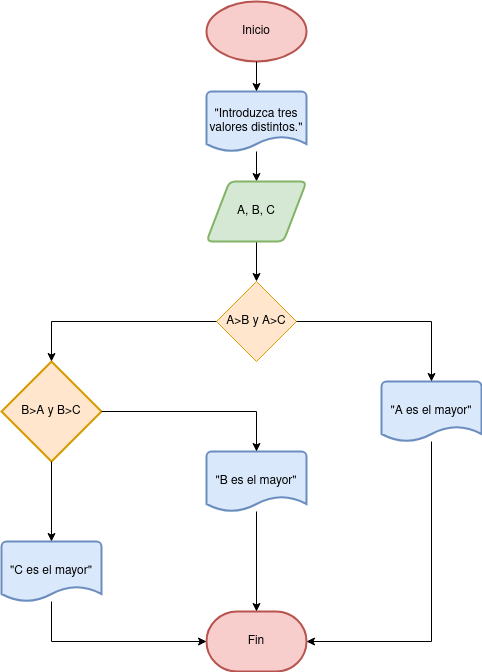
The draw.io diagram Unidad-1/images/diagrama-flujo2.drawio.png in rhcarballo/programacion, before a commit. Source tidied: cells renumbered, new cells last; positions are measured from the earlier drawing's top-left corner, leaving out a move shared by most shapes. The source it was exported from:
```xml
<mxGraphModel>
  <root>
    <mxCell id="0" />
    <mxCell id="1" parent="0" />
    <mxCell id="2" value="Inicio" style="strokeWidth=2;html=1;shape=mxgraph.flowchart.start_1;whiteSpace=wrap;fillColor=#f8cecc;strokeColor=#b85450;" parent="1" vertex="1">
      <mxGeometry x="205" width="100" height="60" as="geometry" />
    </mxCell>
    <mxCell id="3" style="edgeStyle=orthogonalEdgeStyle;rounded=0;jettySize=auto;html=1;entryX=0.5;entryY=0;entryDx=0;entryDy=0;" parent="1" edge="1" source="4" target="6">
      <mxGeometry relative="1" as="geometry" />
    </mxCell>
    <mxCell id="4" value="&quot;Introduzca tres valores distintos.&quot;" style="strokeWidth=2;html=1;shape=mxgraph.flowchart.document2;whiteSpace=wrap;size=0.25;fillColor=#dae8fc;strokeColor=#6c8ebf;" parent="1" vertex="1">
      <mxGeometry x="205" y="90" width="100" height="60" as="geometry" />
    </mxCell>
    <mxCell id="5" style="edgeStyle=orthogonalEdgeStyle;rounded=0;jettySize=auto;html=1;entryX=0.5;entryY=0;entryDx=0;entryDy=0;" parent="1" edge="1" source="6" target="8">
      <mxGeometry relative="1" as="geometry" />
    </mxCell>
    <mxCell id="6" value="A, B, C" style="shape=parallelogram;html=1;strokeWidth=2;perimeter=parallelogramPerimeter;whiteSpace=wrap;rounded=1;arcSize=12;size=0.23;fillColor=#d5e8d4;strokeColor=#82b366;" parent="1" vertex="1">
      <mxGeometry x="205" y="180" width="100" height="60" as="geometry" />
    </mxCell>
    <mxCell id="7" style="edgeStyle=orthogonalEdgeStyle;rounded=0;jettySize=auto;html=1;entryX=0.5;entryY=0;entryDx=0;entryDy=0;entryPerimeter=0;" parent="1" edge="1" source="2" target="4">
      <mxGeometry relative="1" as="geometry" />
    </mxCell>
    <mxCell id="8" value="A&amp;gt;B y A&amp;gt;C" style="rhombus;whiteSpace=wrap;html=1;fillColor=#ffe6cc;strokeColor=#d79b00;" parent="1" vertex="1">
      <mxGeometry x="215" y="280" width="80" height="80" as="geometry" />
    </mxCell>
    <mxCell id="9" value="B&amp;gt;A y B&amp;gt;C" style="strokeWidth=2;html=1;shape=mxgraph.flowchart.decision;whiteSpace=wrap;fillColor=#ffe6cc;strokeColor=#d79b00;" parent="1" vertex="1">
      <mxGeometry y="360" width="100" height="100" as="geometry" />
    </mxCell>
    <mxCell id="10" style="edgeStyle=orthogonalEdgeStyle;rounded=0;jettySize=auto;html=1;entryX=0.5;entryY=0;entryDx=0;entryDy=0;entryPerimeter=0;" parent="1" edge="1" source="8" target="9">
      <mxGeometry relative="1" as="geometry" />
    </mxCell>
    <mxCell id="11" value="&quot;B es el mayor&quot;" style="strokeWidth=2;html=1;shape=mxgraph.flowchart.document2;whiteSpace=wrap;size=0.25;fillColor=#dae8fc;strokeColor=#6c8ebf;" parent="1" vertex="1">
      <mxGeometry x="205" y="450" width="100" height="60" as="geometry" />
    </mxCell>
    <mxCell id="12" style="edgeStyle=orthogonalEdgeStyle;rounded=0;jettySize=auto;html=1;entryX=0.5;entryY=0;entryDx=0;entryDy=0;entryPerimeter=0;" parent="1" edge="1" source="9" target="11">
      <mxGeometry relative="1" as="geometry" />
    </mxCell>
    <mxCell id="13" value="&quot;C es el mayor&quot;" style="strokeWidth=2;html=1;shape=mxgraph.flowchart.document2;whiteSpace=wrap;size=0.25;fillColor=#dae8fc;strokeColor=#6c8ebf;" parent="1" vertex="1">
      <mxGeometry y="540" width="100" height="60" as="geometry" />
    </mxCell>
    <mxCell id="14" style="edgeStyle=orthogonalEdgeStyle;rounded=0;jettySize=auto;html=1;entryX=0.5;entryY=0;entryDx=0;entryDy=0;entryPerimeter=0;" parent="1" edge="1" source="9" target="13">
      <mxGeometry relative="1" as="geometry" />
    </mxCell>
    <mxCell id="15" value="&quot;A es el mayor&quot;" style="strokeWidth=2;html=1;shape=mxgraph.flowchart.document2;whiteSpace=wrap;size=0.25;fillColor=#dae8fc;strokeColor=#6c8ebf;" parent="1" vertex="1">
      <mxGeometry x="380" y="380" width="100" height="60" as="geometry" />
    </mxCell>
    <mxCell id="16" style="edgeStyle=orthogonalEdgeStyle;rounded=0;jettySize=auto;html=1;entryX=0.5;entryY=0;entryDx=0;entryDy=0;entryPerimeter=0;" parent="1" edge="1" source="8" target="15">
      <mxGeometry relative="1" as="geometry" />
    </mxCell>
    <mxCell id="17" value="Fin" style="strokeWidth=2;html=1;shape=mxgraph.flowchart.terminator;whiteSpace=wrap;fillColor=#f8cecc;strokeColor=#b85450;" parent="1" vertex="1">
      <mxGeometry x="205" y="610" width="100" height="60" as="geometry" />
    </mxCell>
    <mxCell id="18" style="edgeStyle=orthogonalEdgeStyle;rounded=0;jettySize=auto;html=1;entryX=0;entryY=0.5;entryDx=0;entryDy=0;entryPerimeter=0;" parent="1" edge="1" source="13" target="17">
      <mxGeometry relative="1" as="geometry">
        <Array as="points">
          <mxPoint x="50" y="640" />
        </Array>
      </mxGeometry>
    </mxCell>
    <mxCell id="19" style="edgeStyle=orthogonalEdgeStyle;rounded=0;jettySize=auto;html=1;entryX=0.5;entryY=0;entryDx=0;entryDy=0;entryPerimeter=0;" parent="1" edge="1" source="11" target="17">
      <mxGeometry relative="1" as="geometry" />
    </mxCell>
    <mxCell id="20" style="edgeStyle=orthogonalEdgeStyle;rounded=0;jettySize=auto;html=1;entryX=1;entryY=0.5;entryDx=0;entryDy=0;entryPerimeter=0;" parent="1" edge="1" source="15" target="17">
      <mxGeometry relative="1" as="geometry">
        <Array as="points">
          <mxPoint x="430" y="640" />
        </Array>
      </mxGeometry>
    </mxCell>
  </root>
</mxGraphModel>
```
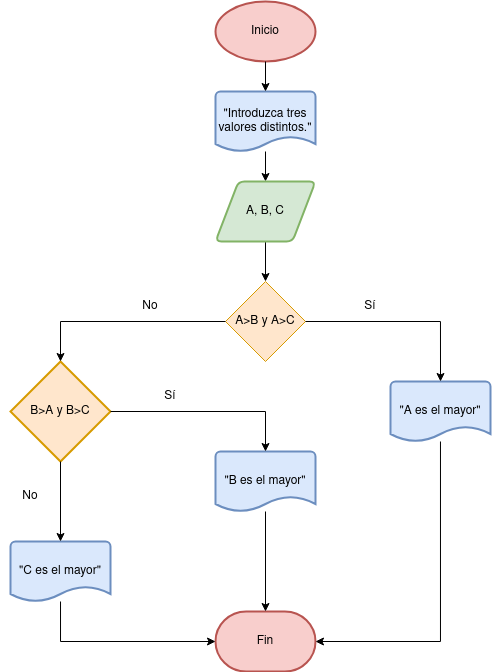
Later version of the same file.

The edit, as a diff of the source:
```diff
@@ -67,5 +67,17 @@
         </Array>
       </mxGeometry>
     </mxCell>
+    <mxCell id="21" value="No" style="text;html=1;strokeColor=none;fillColor=none;align=center;verticalAlign=middle;whiteSpace=wrap;rounded=0;" parent="1" vertex="1">
+      <mxGeometry x="110" y="290" width="60" height="30" as="geometry" />
+    </mxCell>
+    <mxCell id="22" value="Sí" style="text;html=1;strokeColor=none;fillColor=none;align=center;verticalAlign=middle;whiteSpace=wrap;rounded=0;" parent="1" vertex="1">
+      <mxGeometry x="330" y="290" width="60" height="30" as="geometry" />
+    </mxCell>
+    <mxCell id="23" value="No" style="text;html=1;strokeColor=none;fillColor=none;align=center;verticalAlign=middle;whiteSpace=wrap;rounded=0;" parent="1" vertex="1">
+      <mxGeometry x="-10" y="480" width="60" height="30" as="geometry" />
+    </mxCell>
+    <mxCell id="24" value="Sí" style="text;html=1;strokeColor=none;fillColor=none;align=center;verticalAlign=middle;whiteSpace=wrap;rounded=0;" parent="1" vertex="1">
+      <mxGeometry x="130" y="380" width="60" height="30" as="geometry" />
+    </mxCell>
   </root>
 </mxGraphModel>
```
